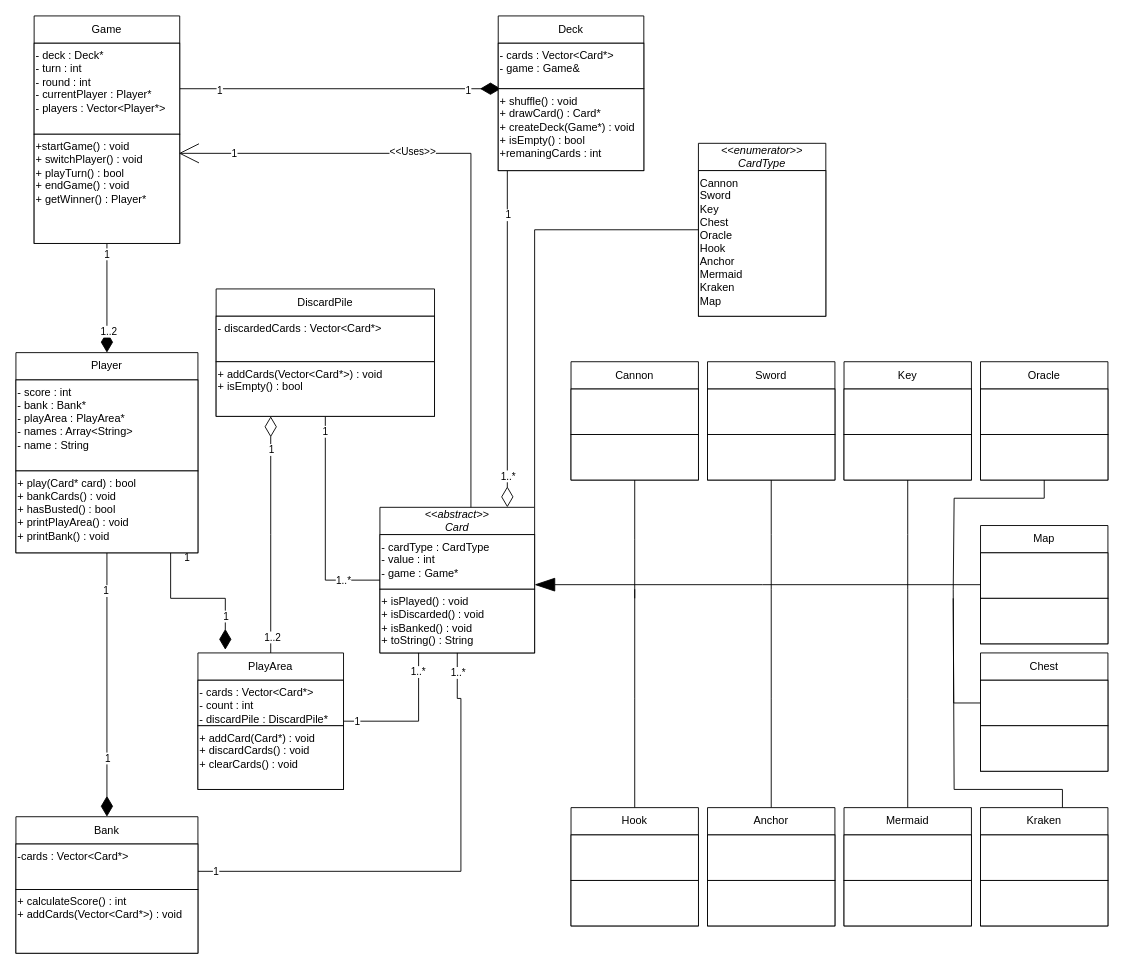
Above: Dead Man's Draw++ UML.drawio in ConnorFSA/Assignment-1-Dead-Man-s-Draw- (draw.io), before the change. Source tidied: cells renumbered, new cells numbered last; positions are measured from the earlier drawing's top-left corner, leaving out a move shared by most shapes. Both pictures are drawn from the tidied source at 91%, with x=0, y=0 at pixel (15, 15).
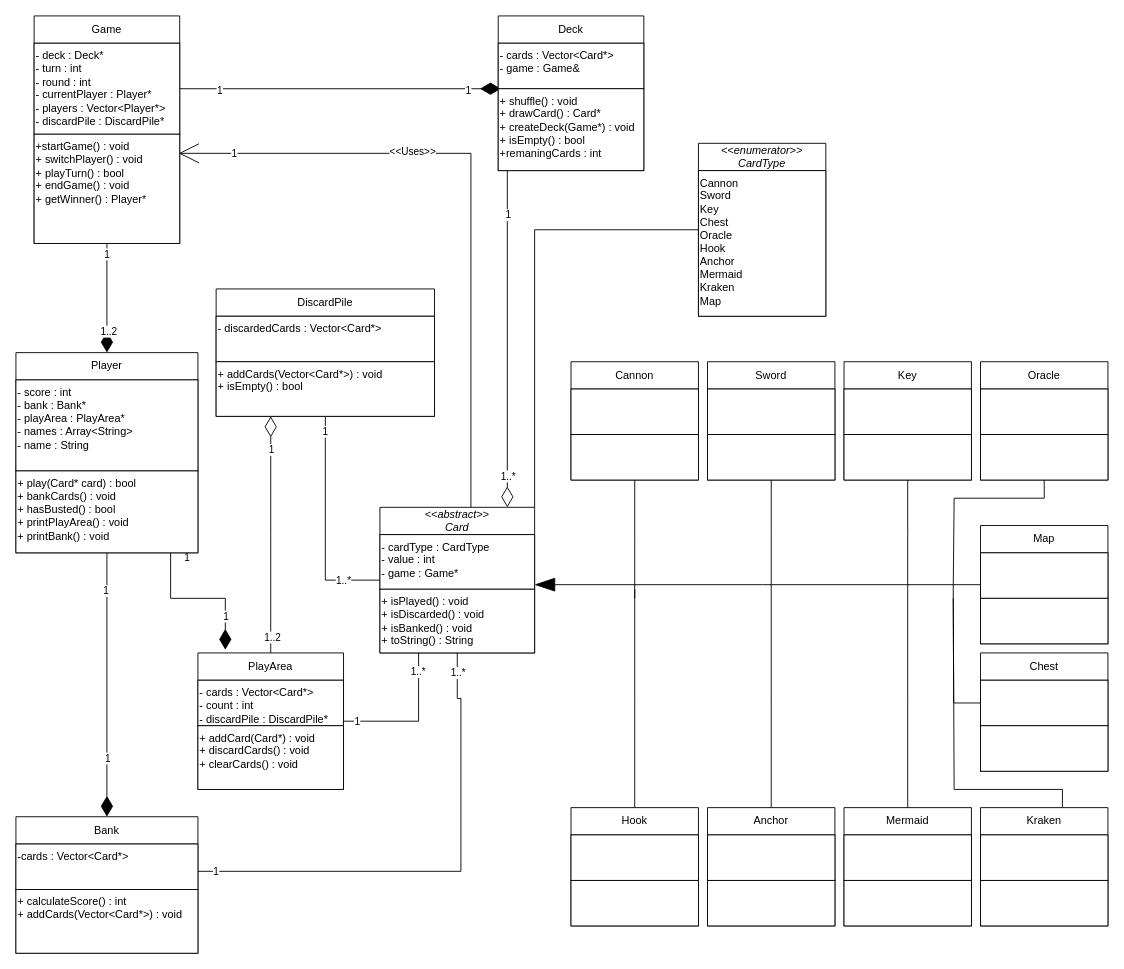
After the change.

The change refers to these unchanged cells:
```xml
<mxCell id="17" value="Game" style="swimlane;fontStyle=0;horizontal=1;startSize=30;whiteSpace=wrap;html=1;" parent="1" vertex="1">
  <mxGeometry x="20" width="160" height="250" as="geometry" />
</mxCell>
```

What changed in the source:
```diff
@@
-    <mxCell id="18" value="&lt;div&gt;- deck : Deck*&lt;/div&gt;&lt;div&gt;- turn : int&lt;/div&gt;&lt;div&gt;- round : int&lt;/div&gt;&lt;div&gt;- currentPlayer : Player*&lt;/div&gt;&lt;div&gt;- players : Vector&amp;lt;Player*&amp;gt;&lt;/div&gt;" style="html=1;whiteSpace=wrap;align=left;verticalAlign=top;" parent="17" vertex="1">
+    <mxCell id="18" value="&lt;div&gt;- deck : Deck*&lt;/div&gt;&lt;div&gt;- turn : int&lt;/div&gt;&lt;div&gt;- round : int&lt;/div&gt;&lt;div&gt;- currentPlayer : Player*&lt;/div&gt;&lt;div&gt;- players : Vector&amp;lt;Player*&amp;gt;&lt;/div&gt;&lt;div&gt;- discardPile : DiscardPile*&lt;/div&gt;" style="html=1;whiteSpace=wrap;align=left;verticalAlign=top;" parent="17" vertex="1">
       <mxGeometry y="30" width="160" height="100" as="geometry" />
     </mxCell>
```
